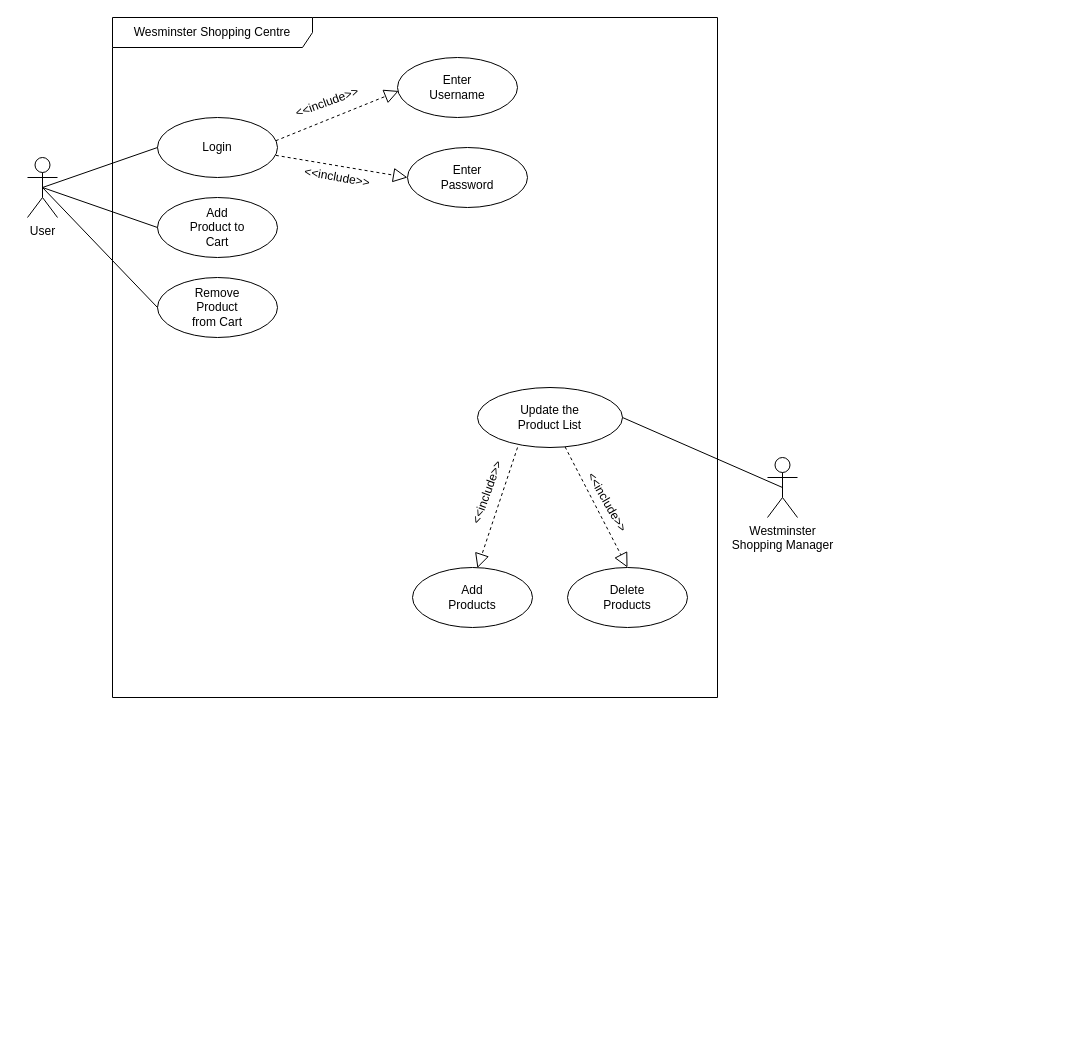
The draw.io diagram Diagrams/Use-case-diagram.drawio in itsjorigo/wesminster-shopping-centre, before the edit. Source tidied: cells renumbered, new cells numbered last; positions are measured from the earlier drawing's top-left corner, leaving out a move shared by most shapes. Both pictures are drawn from the tidied source at 100%, with x=0, y=0 at pixel (27, 17).
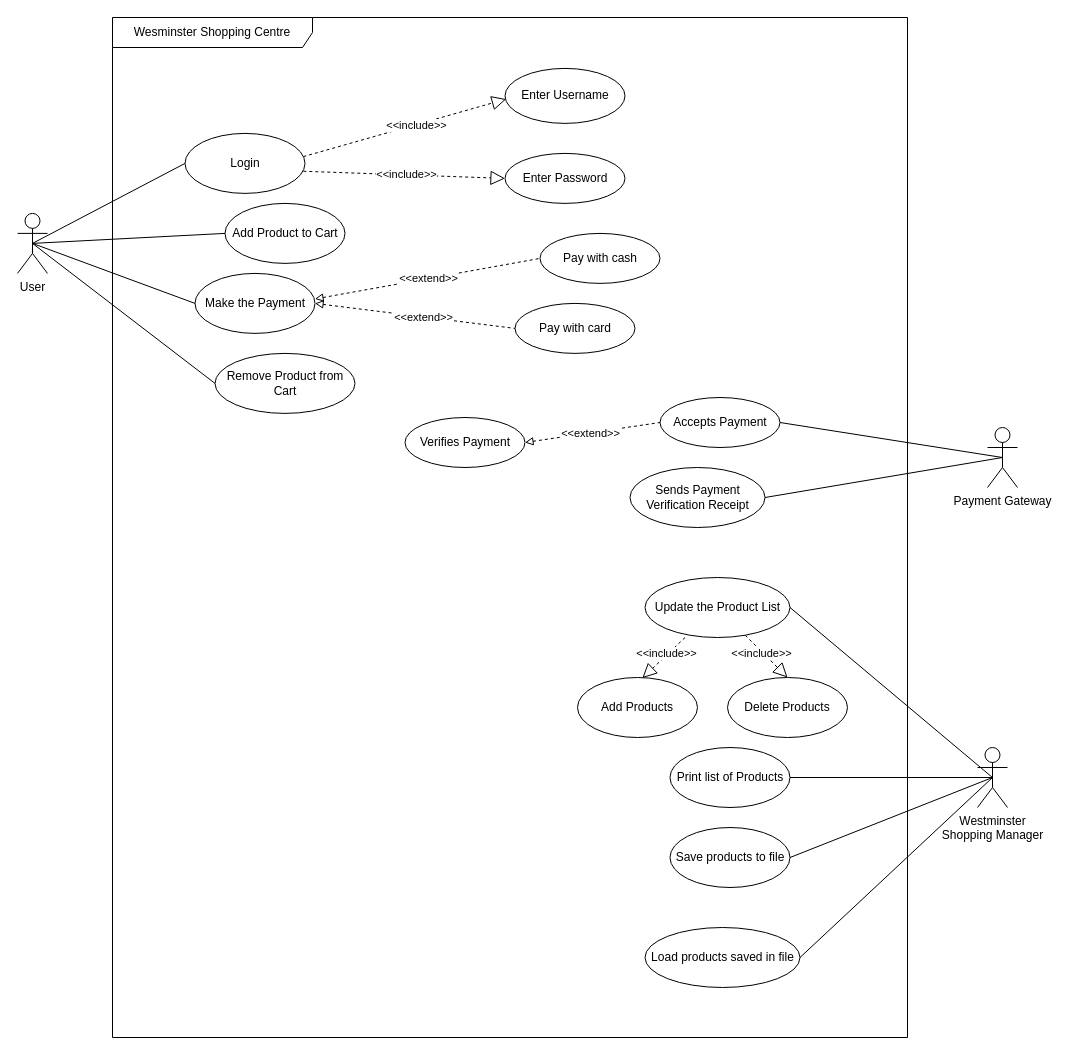
The same page after the edit.

Commit message:
12/28/23 - 1.48pm - Made changes to UML use case diagram

Change to the diagram source:
```diff
@@
     <mxCell id="2" value="Wesminster Shopping Centre" style="shape=umlFrame;whiteSpace=wrap;html=1;width=200;height=30;" parent="1" vertex="1">
-      <mxGeometry x="85" width="605" height="680" as="geometry" />
+      <mxGeometry x="85" width="795" height="1020" as="geometry" />
     </mxCell>
-    <mxCell id="3" style="group;" parent="2" vertex="1">
-      <mxGeometry x="45" y="260" width="120" height="60" as="geometry" />
-    </mxCell>
-    <mxCell id="4" style="ellipse;whiteSpace=wrap;html=1;" parent="3" vertex="1">
-      <mxGeometry width="120" height="60" as="geometry" />
-    </mxCell>
-    <mxCell id="5" value="Remove Product from Cart" style="text;html=1;strokeColor=none;fillColor=none;align=center;verticalAlign=middle;whiteSpace=wrap;rounded=0;" parent="3" vertex="1">
-      <mxGeometry x="30" y="15" width="60" height="30" as="geometry" />
-    </mxCell>
     <mxCell id="6" style="group;" parent="2" vertex="1">
-      <mxGeometry x="45" y="100" width="120" height="60" as="geometry" />
+      <mxGeometry x="72.5" y="115.9" width="120" height="60" as="geometry" />
     </mxCell>
-    <mxCell id="7" style="ellipse;whiteSpace=wrap;html=1;" parent="6" vertex="1">
+    <mxCell id="7" value="Login" style="ellipse;whiteSpace=wrap;html=1;" parent="6" vertex="1">
       <mxGeometry width="120" height="60" as="geometry" />
     </mxCell>
-    <mxCell id="8" value="Login" style="text;html=1;strokeColor=none;fillColor=none;align=center;verticalAlign=middle;whiteSpace=wrap;rounded=0;" parent="6" vertex="1">
-      <mxGeometry x="30" y="15" width="60" height="30" as="geometry" />
-    </mxCell>
     <mxCell id="9" style="group;" parent="2" vertex="1">
-      <mxGeometry x="45" y="180" width="120" height="60" as="geometry" />
+      <mxGeometry x="112.5" y="185.9" width="120" height="60" as="geometry" />
     </mxCell>
-    <mxCell id="10" style="ellipse;whiteSpace=wrap;html=1;" parent="9" vertex="1">
+    <mxCell id="10" value="Add Product to Cart" style="ellipse;whiteSpace=wrap;html=1;" parent="9" vertex="1">
       <mxGeometry width="120" height="60" as="geometry" />
     </mxCell>
-    <mxCell id="11" value="Add Product to Cart" style="text;html=1;strokeColor=none;fillColor=none;align=center;verticalAlign=middle;whiteSpace=wrap;rounded=0;" parent="9" vertex="1">
-      <mxGeometry x="30" y="15" width="60" height="30" as="geometry" />
-    </mxCell>
+    <mxCell id="24" style="endArrow=block;endFill=0;endSize=12;html=1;rounded=0;exitX=0.986;exitY=0.631;exitDx=0;exitDy=0;entryX=0;entryY=0.5;entryDx=0;entryDy=0;dashed=1;exitPerimeter=0;" parent="2" edge="1" source="7" target="22">
+      <mxGeometry relative="1" as="geometry" />
+    </mxCell>
+    <mxCell id="41" value="&amp;lt;&amp;lt;include&amp;gt;&amp;gt;" style="edgeLabel;html=1;align=center;verticalAlign=middle;" parent="24" vertex="1">
+      <mxGeometry x="0.02" y="1" relative="1" as="geometry" />
+    </mxCell>
+    <mxCell id="25" style="endArrow=block;endFill=0;endSize=12;html=1;rounded=0;exitX=0.986;exitY=0.387;exitDx=0;exitDy=0;entryX=0.01;entryY=0.558;entryDx=0;entryDy=0;entryPerimeter=0;exitPerimeter=0;dashed=1;" parent="2" edge="1" source="7" target="19">
+      <mxGeometry relative="1" as="geometry" />
+    </mxCell>
+    <mxCell id="42" value="&amp;lt;&amp;lt;include&amp;gt;&amp;gt;" style="edgeLabel;html=1;align=center;verticalAlign=middle;" parent="25" vertex="1">
+      <mxGeometry x="0.11" relative="1" as="geometry" />
+    </mxCell>
+    <mxCell id="43" value="Make the Payment" style="ellipse;whiteSpace=wrap;html=1;" parent="2" vertex="1">
+      <mxGeometry x="82.5" y="255.9" width="120" height="60" as="geometry" />
+    </mxCell>
+    <mxCell id="44" value="Pay with card" style="ellipse;whiteSpace=wrap;html=1;" parent="2" vertex="1">
+      <mxGeometry x="402.5" y="285.9" width="120" height="50" as="geometry" />
+    </mxCell>
+    <mxCell id="45" value="Pay with cash" style="ellipse;whiteSpace=wrap;html=1;" parent="2" vertex="1">
+      <mxGeometry x="427.5" y="215.9" width="120" height="50" as="geometry" />
+    </mxCell>
+    <mxCell id="46" style="endArrow=none;html=1;rounded=0;exitX=1;exitY=0.426;exitDx=0;exitDy=0;entryX=0;entryY=0.5;entryDx=0;entryDy=0;dashed=1;startArrow=block;startFill=0;exitPerimeter=0;" parent="2" edge="1" source="43" target="45">
+      <mxGeometry relative="1" as="geometry" />
+    </mxCell>
+    <mxCell id="47" value="&amp;lt;&amp;lt;extend&amp;gt;&amp;gt;" style="edgeLabel;html=1;align=center;verticalAlign=middle;" parent="46" vertex="1">
+      <mxGeometry x="0.01" y="1" relative="1" as="geometry" />
+    </mxCell>
+    <mxCell id="48" style="endArrow=none;html=1;rounded=0;exitX=1;exitY=0.5;exitDx=0;exitDy=0;entryX=0;entryY=0.5;entryDx=0;entryDy=0;dashed=1;startArrow=block;startFill=0;" parent="2" edge="1" source="43" target="44">
+      <mxGeometry relative="1" as="geometry" />
+    </mxCell>
+    <mxCell id="49" value="&amp;lt;&amp;lt;extend&amp;gt;&amp;gt;" style="edgeLabel;html=1;align=center;verticalAlign=middle;" parent="48" vertex="1">
+      <mxGeometry x="0.08" relative="1" as="geometry" />
+    </mxCell>
+    <mxCell id="18" style="group;" parent="2" vertex="1">
+      <mxGeometry x="392.5" y="60.9" width="120" height="55" as="geometry" />
+    </mxCell>
+    <mxCell id="19" value="Enter Username" style="ellipse;whiteSpace=wrap;html=1;" parent="18" vertex="1">
+      <mxGeometry y="-10" width="120" height="55" as="geometry" />
+    </mxCell>
+    <mxCell id="22" value="Enter Password" style="ellipse;whiteSpace=wrap;html=1;" parent="2" vertex="1">
+      <mxGeometry x="392.5" y="135.9" width="120" height="50" as="geometry" />
+    </mxCell>
     <mxCell id="12" style="group;" parent="2" vertex="1">
-      <mxGeometry x="365" y="370" width="145" height="60" as="geometry" />
+      <mxGeometry x="532.5" y="550" width="145" height="60" as="geometry" />
     </mxCell>
-    <mxCell id="13" style="ellipse;whiteSpace=wrap;html=1;" parent="12" vertex="1">
-      <mxGeometry width="145" height="60" as="geometry" />
+    <mxCell id="13" value="Update the Product List" style="ellipse;whiteSpace=wrap;html=1;" parent="12" vertex="1">
+      <mxGeometry y="10" width="145" height="60" as="geometry" />
     </mxCell>
-    <mxCell id="14" value="Update the Product List" style="text;html=1;strokeColor=none;fillColor=none;align=center;verticalAlign=middle;whiteSpace=wrap;rounded=0;" parent="12" vertex="1">
-      <mxGeometry x="36.2" y="15" width="72.5" height="30" as="geometry" />
-    </mxCell>
+    <mxCell id="28" style="endArrow=block;endFill=0;endSize=12;html=1;rounded=0;entryX=0.5;entryY=0;entryDx=0;entryDy=0;dashed=1;" parent="2" edge="1" source="13" target="16">
+      <mxGeometry relative="1" as="geometry" />
+    </mxCell>
+    <mxCell id="50" value="&amp;lt;&amp;lt;include&amp;gt;&amp;gt;" style="edgeLabel;html=1;align=center;verticalAlign=middle;" parent="28" vertex="1">
+      <mxGeometry x="-0.2" y="-1" relative="1" as="geometry" />
+    </mxCell>
+    <mxCell id="29" style="endArrow=block;endFill=0;endSize=12;html=1;rounded=0;exitX=0.276;exitY=1;exitDx=0;exitDy=0;entryX=0.541;entryY=0.009;entryDx=0;entryDy=0;entryPerimeter=0;exitPerimeter=0;dashed=1;" parent="2" edge="1" source="13" target="33">
+      <mxGeometry relative="1" as="geometry" />
+    </mxCell>
+    <mxCell id="51" value="&amp;lt;&amp;lt;include&amp;gt;&amp;gt;" style="edgeLabel;html=1;align=center;verticalAlign=middle;" parent="29" vertex="1">
+      <mxGeometry x="-0.17" y="-2" relative="1" as="geometry" />
+    </mxCell>
+    <mxCell id="32" style="group;" parent="2" vertex="1">
+      <mxGeometry x="465" y="660" width="120" height="60" as="geometry" />
+    </mxCell>
+    <mxCell id="33" value="Add Products" style="ellipse;whiteSpace=wrap;html=1;" parent="32" vertex="1">
+      <mxGeometry width="120" height="60" as="geometry" />
+    </mxCell>
     <mxCell id="15" style="group;" parent="2" vertex="1">
-      <mxGeometry x="455" y="550" width="120" height="60" as="geometry" />
+      <mxGeometry x="615" y="660" width="120" height="60" as="geometry" />
     </mxCell>
-    <mxCell id="16" style="ellipse;whiteSpace=wrap;html=1;" parent="15" vertex="1">
+    <mxCell id="16" value="Delete Products" style="ellipse;whiteSpace=wrap;html=1;" parent="15" vertex="1">
       <mxGeometry width="120" height="60" as="geometry" />
     </mxCell>
-    <mxCell id="17" value="Delete Products" style="text;html=1;strokeColor=none;fillColor=none;align=center;verticalAlign=middle;whiteSpace=wrap;rounded=0;" parent="15" vertex="1">
-      <mxGeometry x="30" y="15" width="60" height="30" as="geometry" />
-    </mxCell>
-    <mxCell id="18" style="group;" parent="2" vertex="1">
-      <mxGeometry x="285" y="40" width="120" height="60" as="geometry" />
-    </mxCell>
-    <mxCell id="19" style="ellipse;whiteSpace=wrap;html=1;" parent="18" vertex="1">
-      <mxGeometry width="120" height="60" as="geometry" />
-    </mxCell>
-    <mxCell id="20" value="Enter Username" style="text;html=1;strokeColor=none;fillColor=none;align=center;verticalAlign=middle;whiteSpace=wrap;rounded=0;" parent="18" vertex="1">
-      <mxGeometry x="30" y="15" width="60" height="30" as="geometry" />
-    </mxCell>
-    <mxCell id="21" style="group;" parent="2" vertex="1">
-      <mxGeometry x="295" y="130" width="120" height="60" as="geometry" />
-    </mxCell>
-    <mxCell id="22" style="ellipse;whiteSpace=wrap;html=1;" parent="21" vertex="1">
-      <mxGeometry width="120" height="60" as="geometry" />
-    </mxCell>
-    <mxCell id="23" value="Enter Password" style="text;html=1;strokeColor=none;fillColor=none;align=center;verticalAlign=middle;whiteSpace=wrap;rounded=0;" parent="21" vertex="1">
-      <mxGeometry x="30" y="15" width="60" height="30" as="geometry" />
-    </mxCell>
-    <mxCell id="24" style="endArrow=block;endFill=0;endSize=12;html=1;rounded=0;exitX=0.986;exitY=0.631;exitDx=0;exitDy=0;entryX=0;entryY=0.5;entryDx=0;entryDy=0;dashed=1;exitPerimeter=0;" parent="2" edge="1" source="7" target="22">
-      <mxGeometry relative="1" as="geometry" />
-    </mxCell>
-    <mxCell id="25" style="endArrow=block;endFill=0;endSize=12;html=1;rounded=0;exitX=0.986;exitY=0.387;exitDx=0;exitDy=0;entryX=0.01;entryY=0.558;entryDx=0;entryDy=0;entryPerimeter=0;exitPerimeter=0;dashed=1;" parent="2" edge="1" source="7" target="19">
-      <mxGeometry relative="1" as="geometry" />
-    </mxCell>
-    <mxCell id="26" value="&amp;lt;&amp;lt;include&amp;gt;&amp;gt;" style="text;html=1;strokeColor=none;fillColor=none;align=center;verticalAlign=middle;whiteSpace=wrap;rounded=0;rotation=-20;" parent="2" vertex="1">
-      <mxGeometry x="185" y="70" width="60" height="30" as="geometry" />
-    </mxCell>
-    <mxCell id="27" value="&amp;lt;&amp;lt;include&amp;gt;&amp;gt;" style="text;html=1;strokeColor=none;fillColor=none;align=center;verticalAlign=middle;whiteSpace=wrap;rounded=0;rotation=10;" parent="2" vertex="1">
-      <mxGeometry x="195" y="145" width="60" height="30" as="geometry" />
-    </mxCell>
-    <mxCell id="28" style="endArrow=block;endFill=0;endSize=12;html=1;rounded=0;entryX=0.5;entryY=0;entryDx=0;entryDy=0;dashed=1;" parent="2" edge="1" source="13" target="16">
-      <mxGeometry relative="1" as="geometry" />
-    </mxCell>
-    <mxCell id="29" style="endArrow=block;endFill=0;endSize=12;html=1;rounded=0;exitX=0.276;exitY=1;exitDx=0;exitDy=0;entryX=0.541;entryY=0.009;entryDx=0;entryDy=0;entryPerimeter=0;exitPerimeter=0;dashed=1;" parent="2" edge="1" source="13" target="33">
-      <mxGeometry relative="1" as="geometry" />
-    </mxCell>
-    <mxCell id="30" value="&amp;lt;&amp;lt;include&amp;gt;&amp;gt;" style="text;html=1;strokeColor=none;fillColor=none;align=center;verticalAlign=middle;whiteSpace=wrap;rounded=0;rotation=-70;" parent="2" vertex="1">
-      <mxGeometry x="345" y="460" width="60" height="30" as="geometry" />
-    </mxCell>
-    <mxCell id="31" value="&amp;lt;&amp;lt;include&amp;gt;&amp;gt;" style="text;html=1;strokeColor=none;fillColor=none;align=center;verticalAlign=middle;whiteSpace=wrap;rounded=0;rotation=60;" parent="2" vertex="1">
-      <mxGeometry x="465" y="470" width="60" height="30" as="geometry" />
-    </mxCell>
-    <mxCell id="32" style="group;" parent="2" vertex="1">
-      <mxGeometry x="300" y="550" width="120" height="60" as="geometry" />
-    </mxCell>
-    <mxCell id="33" style="ellipse;whiteSpace=wrap;html=1;" parent="32" vertex="1">
-      <mxGeometry width="120" height="60" as="geometry" />
-    </mxCell>
-    <mxCell id="34" value="Add Products" style="text;html=1;strokeColor=none;fillColor=none;align=center;verticalAlign=middle;whiteSpace=wrap;rounded=0;" parent="32" vertex="1">
-      <mxGeometry x="30" y="15" width="60" height="30" as="geometry" />
-    </mxCell>
+    <mxCell id="52" value="Accepts Payment" style="ellipse;whiteSpace=wrap;html=1;" parent="2" vertex="1">
+      <mxGeometry x="547.5" y="380" width="120" height="50" as="geometry" />
+    </mxCell>
+    <mxCell id="53" value="Verifies Payment" style="ellipse;whiteSpace=wrap;html=1;" parent="2" vertex="1">
+      <mxGeometry x="292.5" y="400" width="120" height="50" as="geometry" />
+    </mxCell>
+    <mxCell id="54" style="endArrow=none;html=1;rounded=0;exitX=1;exitY=0.5;exitDx=0;exitDy=0;entryX=0;entryY=0.5;entryDx=0;entryDy=0;dashed=1;startArrow=block;startFill=0;" parent="2" edge="1" source="53" target="52">
+      <mxGeometry relative="1" as="geometry" />
+    </mxCell>
+    <mxCell id="55" value="&amp;lt;&amp;lt;extend&amp;gt;&amp;gt;" style="edgeLabel;html=1;align=center;verticalAlign=middle;" parent="54" vertex="1">
+      <mxGeometry x="-0.04" y="1" relative="1" as="geometry">
+        <mxPoint y="1" as="offset" />
+      </mxGeometry>
+    </mxCell>
+    <mxCell id="56" value="Sends Payment Verification Receipt" style="ellipse;whiteSpace=wrap;html=1;" parent="2" vertex="1">
+      <mxGeometry x="517.5" y="450" width="135" height="60" as="geometry" />
+    </mxCell>
+    <mxCell id="57" value="Print list of Products" style="ellipse;whiteSpace=wrap;html=1;" parent="2" vertex="1">
+      <mxGeometry x="557.5" y="730" width="120" height="60" as="geometry" />
+    </mxCell>
+    <mxCell id="58" value="Save products to file" style="ellipse;whiteSpace=wrap;html=1;" parent="2" vertex="1">
+      <mxGeometry x="557.5" y="810" width="120" height="60" as="geometry" />
+    </mxCell>
+    <mxCell id="59" value="Load products saved in file" style="ellipse;whiteSpace=wrap;html=1;" parent="2" vertex="1">
+      <mxGeometry x="532.5" y="910" width="155" height="60" as="geometry" />
+    </mxCell>
+    <mxCell id="4" value="Remove Product from Cart" style="ellipse;whiteSpace=wrap;html=1;" parent="2" vertex="1">
+      <mxGeometry x="102.5" y="335.9" width="140" height="60" as="geometry" />
+    </mxCell>
     <mxCell id="35" value="User" style="shape=umlActor;verticalLabelPosition=bottom;verticalAlign=top;html=1;outlineConnect=0;" parent="1" vertex="1">
-      <mxGeometry y="140" width="30" height="60" as="geometry" />
+      <mxGeometry x="-10" y="195.9" width="30" height="60" as="geometry" />
     </mxCell>
@@
     <mxCell id="39" value="Westminster &lt;br&gt;Shopping Manager" style="shape=umlActor;verticalLabelPosition=bottom;verticalAlign=top;html=1;outlineConnect=0;" parent="1" vertex="1">
-      <mxGeometry x="740" y="440" width="30" height="60" as="geometry" />
+      <mxGeometry x="950" y="730" width="30" height="60" as="geometry" />
     </mxCell>
@@
+    <mxCell id="60" style="endArrow=none;html=1;rounded=0;exitX=0.5;exitY=0.5;exitDx=0;exitDy=0;exitPerimeter=0;entryX=0;entryY=0.5;entryDx=0;entryDy=0;entryPerimeter=0;" parent="1" edge="1" source="35" target="43">
+      <mxGeometry relative="1" as="geometry" />
+    </mxCell>
+    <mxCell id="61" value="Payment Gateway" style="shape=umlActor;verticalLabelPosition=bottom;verticalAlign=top;html=1;outlineConnect=0;" parent="1" vertex="1">
+      <mxGeometry x="960" y="410" width="30" height="60" as="geometry" />
+    </mxCell>
+    <mxCell id="62" style="endArrow=none;html=1;rounded=0;exitX=0.5;exitY=0.5;exitDx=0;exitDy=0;exitPerimeter=0;entryX=1;entryY=0.5;entryDx=0;entryDy=0;" parent="1" edge="1" source="61" target="52">
+      <mxGeometry relative="1" as="geometry" />
+    </mxCell>
+    <mxCell id="63" style="endArrow=none;html=1;rounded=0;exitX=0.5;exitY=0.5;exitDx=0;exitDy=0;exitPerimeter=0;entryX=1;entryY=0.5;entryDx=0;entryDy=0;" parent="1" edge="1" source="61" target="56">
+      <mxGeometry relative="1" as="geometry" />
+    </mxCell>
+    <mxCell id="64" style="endArrow=none;html=1;rounded=0;entryX=1;entryY=0.5;entryDx=0;entryDy=0;exitX=0.5;exitY=0.5;exitDx=0;exitDy=0;exitPerimeter=0;" parent="1" edge="1" source="39" target="58">
+      <mxGeometry relative="1" as="geometry" />
+    </mxCell>
+    <mxCell id="65" style="endArrow=none;html=1;rounded=0;exitX=0.5;exitY=0.5;exitDx=0;exitDy=0;exitPerimeter=0;entryX=1;entryY=0.5;entryDx=0;entryDy=0;" parent="1" edge="1" source="39" target="57">
+      <mxGeometry relative="1" as="geometry" />
+    </mxCell>
+    <mxCell id="66" style="endArrow=none;html=1;rounded=0;entryX=1;entryY=0.5;entryDx=0;entryDy=0;exitX=0.5;exitY=0.5;exitDx=0;exitDy=0;exitPerimeter=0;" parent="1" edge="1" source="39" target="59">
+      <mxGeometry relative="1" as="geometry" />
+    </mxCell>
```
